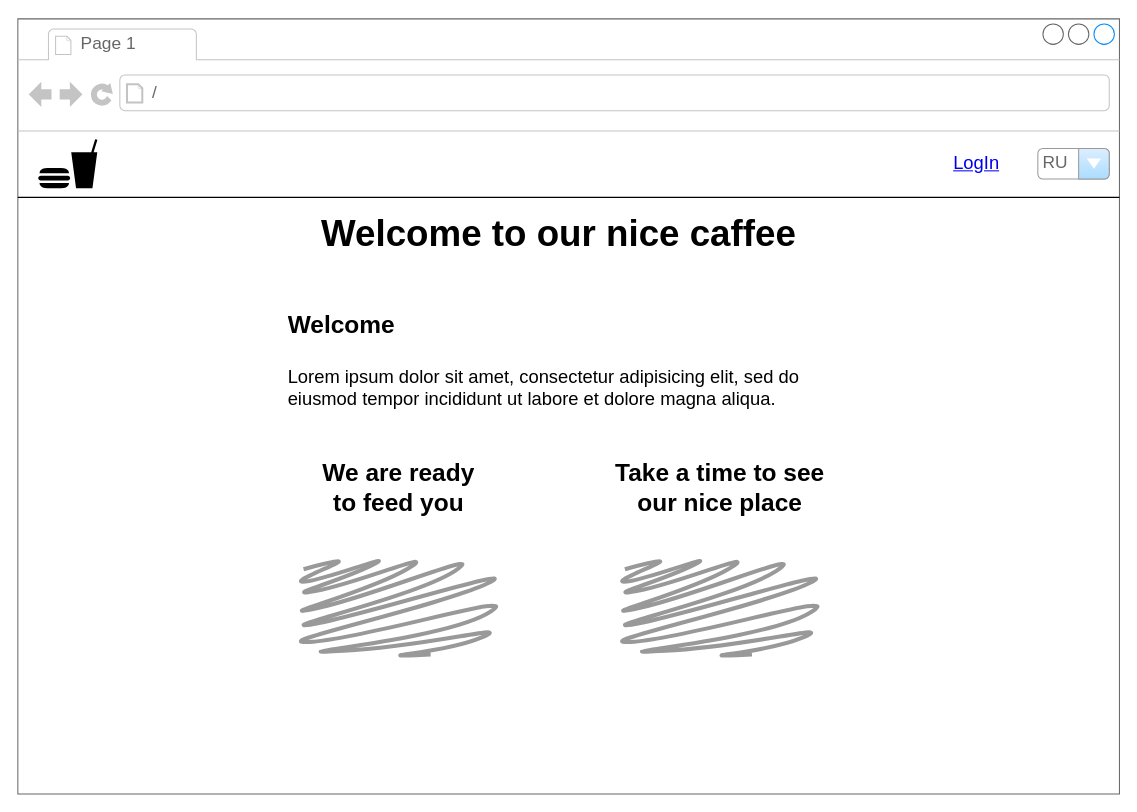
Earlier version of the draw.io diagram page "view-landing" (6 of 10) of market-coffee.drawio (Sergey190309/220415-market-caffee). Source tidied: cells renumbered, new cells numbered last; positions are measured from the earlier drawing's top-left corner, leaving out a move shared by most shapes. Both pictures are drawn from the tidied source at 102%, with x=0, y=0 at pixel (17, 18).
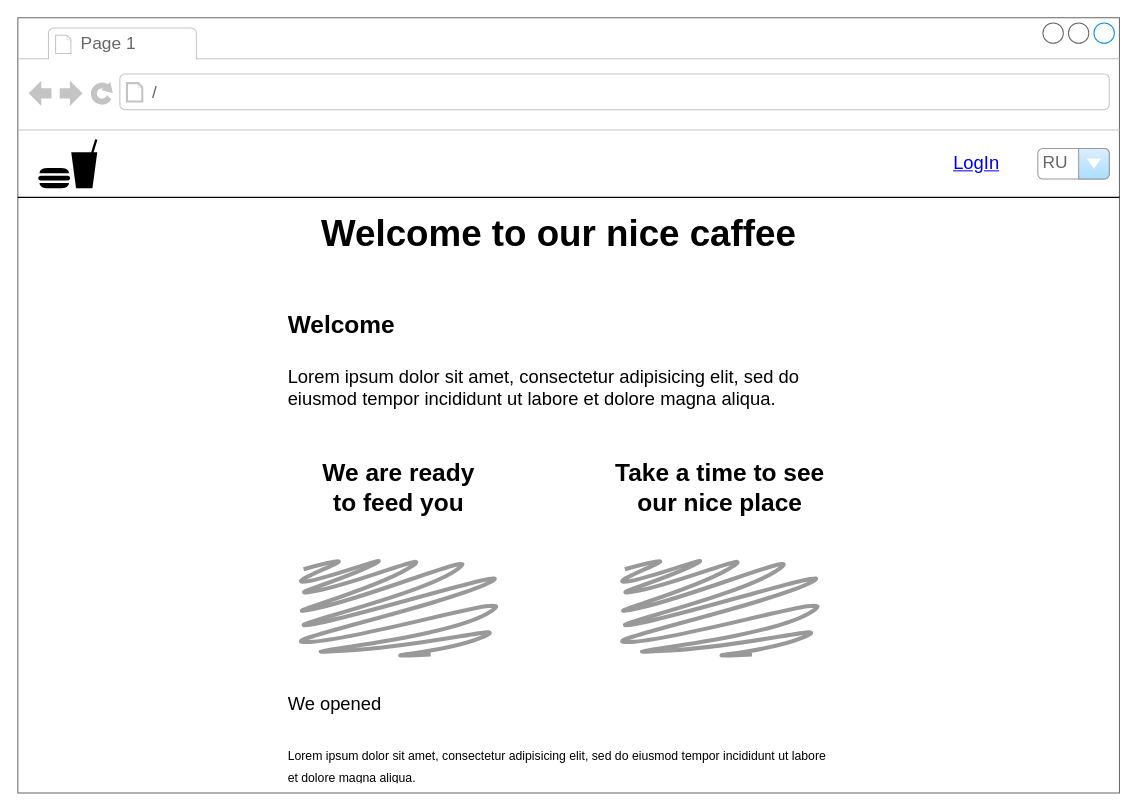
The same diagram, later.

The edit, as a diff of the source:
```diff
@@
 <mxGraphModel>
   <root>
     <mxCell id="0" />
     <mxCell id="1" parent="0" />
     <mxCell id="2" style="strokeWidth=1;shadow=0;dashed=0;align=center;html=1;shape=mxgraph.mockup.containers.browserWindow;rSize=0;strokeColor=#666666;strokeColor2=#008cff;strokeColor3=#c4c4c4;mainText=,;rounded=1;labelBackgroundColor=none;fontSize=12;fontColor=#000000;" parent="1" vertex="1">
-      <mxGeometry width="1080" height="760" as="geometry" />
+      <mxGeometry y="-1" width="1080" height="760" as="geometry" />
     </mxCell>
     <mxCell id="3" value="Page 1" style="strokeWidth=1;shadow=0;dashed=0;align=center;html=1;shape=mxgraph.mockup.containers.anchor;fontSize=17;fontColor=#666666;align=left;" parent="1" vertex="1">
       <mxGeometry x="60" y="12" width="110" height="26" as="geometry" />
     </mxCell>
     <mxCell id="4" value="/" style="strokeWidth=1;shadow=0;dashed=0;align=center;html=1;shape=mxgraph.mockup.containers.anchor;rSize=0;fontSize=17;fontColor=#666666;align=left;" parent="1" vertex="1">
       <mxGeometry x="130" y="60" width="250" height="26" as="geometry" />
     </mxCell>
     <mxCell id="5" style="line;strokeWidth=1;html=1;perimeter=backbonePerimeter;" parent="1" vertex="1">
       <mxGeometry y="170" width="1080" height="10" as="geometry" />
     </mxCell>
     <mxCell id="6" value="RU" style="strokeWidth=1;shadow=0;dashed=0;align=center;html=1;shape=mxgraph.mockup.forms.comboBox;strokeColor=#999999;fillColor=#ddeeff;align=left;fillColor2=#aaddff;mainText=;fontColor=#666666;fontSize=17;spacingLeft=3;rounded=1;labelBackgroundColor=none;" parent="1" vertex="1">
       <mxGeometry x="1000" y="127" width="70" height="30" as="geometry" />
     </mxCell>
     <mxCell id="7" value="LogIn" style="text;html=1;strokeColor=none;fillColor=none;whiteSpace=wrap;align=center;verticalAlign=middle;fontColor=#0000EE;fontStyle=4;fontSize=18;" parent="1" vertex="1">
       <mxGeometry x="910" y="122" width="60" height="40" as="geometry" />
     </mxCell>
     <mxCell id="8" style="shape=mxgraph.signs.food.fast_food;html=1;fillColor=#000000;strokeColor=none;verticalLabelPosition=bottom;verticalAlign=top;align=center;" parent="1" vertex="1">
       <mxGeometry x="20" y="118" width="58" height="48" as="geometry" />
     </mxCell>
     <mxCell id="9" parent="0" />
     <mxCell id="10" style="group;" parent="9" vertex="1">
       <mxGeometry x="587.5" y="440" width="200" height="190" as="geometry" />
     </mxCell>
     <mxCell id="11" style="shape=mxgraph.mockup.markup.scratchOut;shadow=0;dashed=0;html=1;strokeColor=#999999;strokeWidth=4;" parent="10" vertex="1">
       <mxGeometry y="90" width="200" height="100" as="geometry" />
     </mxCell>
     <mxCell id="12" value="Take a time to see &lt;br&gt;our nice place" style="text;strokeColor=none;fillColor=none;html=1;fontSize=24;fontStyle=1;verticalAlign=middle;align=center;" parent="10" vertex="1">
       <mxGeometry x="50" width="100" height="40" as="geometry" />
     </mxCell>
     <mxCell id="13" style="group;" parent="9" vertex="1">
       <mxGeometry x="272.5" y="440" width="200" height="190" as="geometry" />
     </mxCell>
     <mxCell id="14" style="shape=mxgraph.mockup.markup.scratchOut;shadow=0;dashed=0;html=1;strokeColor=#999999;strokeWidth=4;" parent="13" vertex="1">
       <mxGeometry y="90" width="200" height="100" as="geometry" />
     </mxCell>
     <mxCell id="15" value="We are ready &lt;br&gt;to feed you" style="text;strokeColor=none;fillColor=none;html=1;fontSize=24;fontStyle=1;verticalAlign=middle;align=center;" parent="13" vertex="1">
       <mxGeometry x="50" width="100" height="40" as="geometry" />
     </mxCell>
     <mxCell id="16" value="&lt;h1&gt;&lt;font style=&quot;font-size: 24px&quot;&gt;Welcome&lt;/font&gt;&lt;/h1&gt;&lt;p&gt;Lorem ipsum dolor sit amet, consectetur adipisicing elit, sed do eiusmod tempor incididunt ut labore et dolore magna aliqua.&lt;/p&gt;" style="text;html=1;strokeColor=none;fillColor=none;spacing=5;spacingTop=-20;whiteSpace=wrap;overflow=hidden;rounded=0;fontSize=18;" parent="9" vertex="1">
       <mxGeometry x="260" y="260" width="540" height="150" as="geometry" />
     </mxCell>
     <mxCell id="17" value="Welcome to our nice caffee" style="text;strokeColor=none;fillColor=none;html=1;fontSize=36;fontStyle=1;verticalAlign=middle;align=center;" parent="9" vertex="1">
       <mxGeometry x="130" y="190" width="800" height="40" as="geometry" />
     </mxCell>
+    <mxCell id="18" value="&lt;h1&gt;&lt;font style=&quot;font-weight: normal ; font-size: 18px&quot;&gt;We opened&lt;/font&gt;&lt;/h1&gt;&lt;p&gt;&lt;font style=&quot;font-size: 12px&quot;&gt;Lorem ipsum dolor sit amet, consectetur adipisicing elit, sed do eiusmod tempor incididunt ut labore et dolore magna aliqua.&lt;/font&gt;&lt;/p&gt;" style="text;html=1;strokeColor=none;fillColor=none;spacing=5;spacingTop=-20;whiteSpace=wrap;overflow=hidden;rounded=0;fontSize=18;" parent="9" vertex="1">
+      <mxGeometry x="260" y="630" width="540" height="120" as="geometry" />
+    </mxCell>
   </root>
 </mxGraphModel>
```
